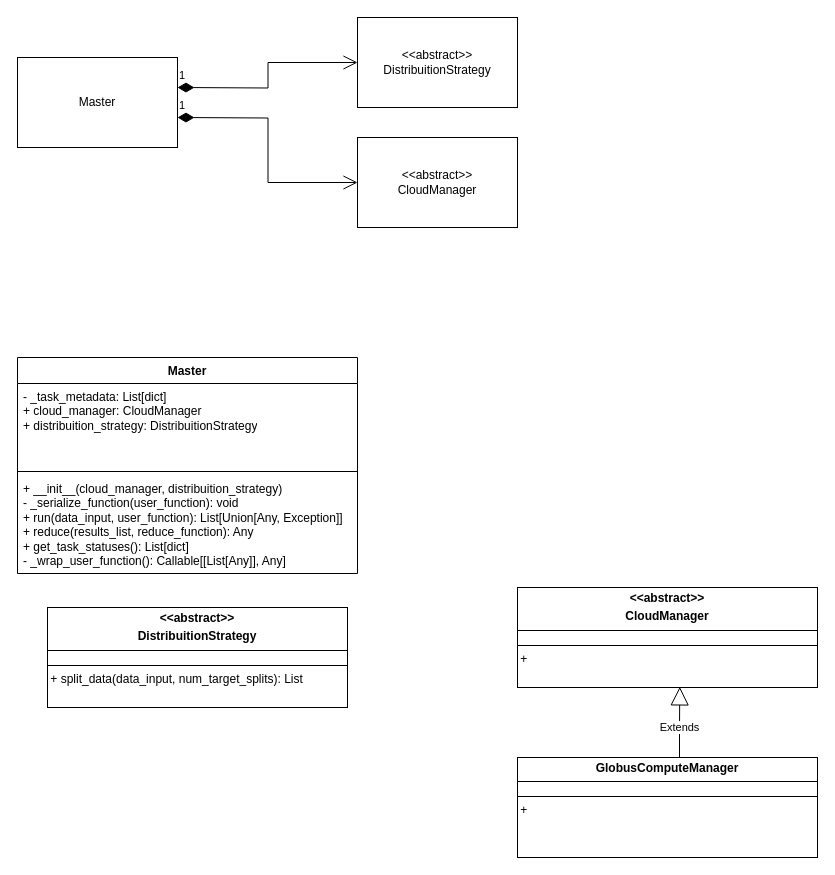
Above: docs/mwfaas.drawio in viniolvs/mwfaas (draw.io), before the change. Source tidied: cells renumbered, new cells numbered last; positions are measured from the earlier drawing's top-left corner, leaving out a move shared by most shapes. Both pictures are drawn from the tidied source at 100%, with x=0, y=0 at pixel (17, 17).
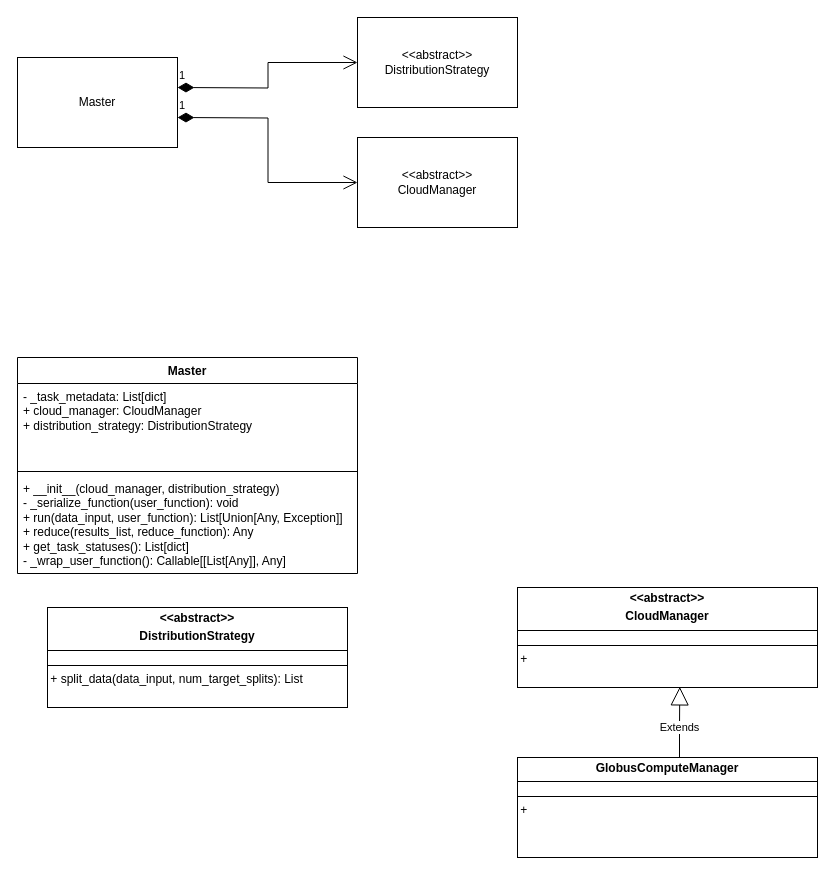
The same diagram, later.

The edit, as a diff of the source:
```diff
@@
 <mxGraphModel>
   <root>
     <mxCell id="0" />
     <mxCell id="1" parent="0" />
     <mxCell id="2" value="Master" style="html=1;whiteSpace=wrap;" parent="1" vertex="1">
       <mxGeometry y="40" width="160" height="90" as="geometry" />
     </mxCell>
-    <mxCell id="3" value="&amp;lt;&amp;lt;abstract&amp;gt;&amp;gt;&lt;br&gt;DistribuitionStrategy" style="html=1;whiteSpace=wrap;" parent="1" vertex="1">
+    <mxCell id="3" value="&amp;lt;&amp;lt;abstract&amp;gt;&amp;gt;&lt;br&gt;DistributionStrategy" style="html=1;whiteSpace=wrap;" parent="1" vertex="1">
       <mxGeometry x="340" width="160" height="90" as="geometry" />
     </mxCell>
     <mxCell id="4" value="&amp;lt;&amp;lt;abstract&amp;gt;&amp;gt;&lt;br&gt;CloudManager" style="html=1;whiteSpace=wrap;" parent="1" vertex="1">
       <mxGeometry x="340" y="120" width="160" height="90" as="geometry" />
     </mxCell>
     <mxCell id="5" value="1" style="endArrow=open;html=1;endSize=12;startArrow=diamondThin;startSize=14;startFill=1;edgeStyle=orthogonalEdgeStyle;align=left;verticalAlign=bottom;rounded=0;entryX=0;entryY=0.5;entryDx=0;entryDy=0;" parent="1" edge="1" target="4">
       <mxGeometry x="-1" y="3" relative="1" as="geometry">
         <mxPoint x="160" y="100" as="sourcePoint" />
       </mxGeometry>
     </mxCell>
     <mxCell id="6" value="1" style="endArrow=open;html=1;endSize=12;startArrow=diamondThin;startSize=14;startFill=1;edgeStyle=orthogonalEdgeStyle;align=left;verticalAlign=bottom;rounded=0;entryX=0;entryY=0.5;entryDx=0;entryDy=0;" parent="1" edge="1" target="3">
       <mxGeometry x="-1" y="3" relative="1" as="geometry">
         <mxPoint x="160" y="70" as="sourcePoint" />
       </mxGeometry>
     </mxCell>
     <mxCell id="7" value="Master" style="swimlane;fontStyle=1;align=center;verticalAlign=top;horizontal=1;startSize=26;whiteSpace=wrap;html=1;" parent="1" vertex="1">
       <mxGeometry y="340" width="340" height="216" as="geometry" />
     </mxCell>
-    <mxCell id="8" value="&lt;div&gt;- _task_metadata: List[dict]&lt;/div&gt;&lt;div&gt;+ cloud_manager: CloudManager&lt;/div&gt;&lt;div&gt;+ distribuition_strategy: DistribuitionStrategy&lt;/div&gt;" style="text;strokeColor=none;fillColor=none;align=left;verticalAlign=top;spacingLeft=4;spacingRight=4;overflow=hidden;whiteSpace=wrap;html=1;" parent="7" vertex="1">
+    <mxCell id="8" value="&lt;div&gt;- _task_metadata: List[dict]&lt;/div&gt;&lt;div&gt;+ cloud_manager: CloudManager&lt;/div&gt;&lt;div&gt;+ distribution_strategy: DistributionStrategy&lt;/div&gt;" style="text;strokeColor=none;fillColor=none;align=left;verticalAlign=top;spacingLeft=4;spacingRight=4;overflow=hidden;whiteSpace=wrap;html=1;" parent="7" vertex="1">
       <mxGeometry y="26" width="340" height="84" as="geometry" />
     </mxCell>
     <mxCell id="9" style="line;strokeWidth=1;fillColor=none;align=left;verticalAlign=middle;spacingTop=-1;spacingLeft=3;spacingRight=3;labelPosition=right;strokeColor=inherit;" parent="7" vertex="1">
       <mxGeometry y="110" width="340" height="8" as="geometry" />
     </mxCell>
-    <mxCell id="10" value="+ __init__(cloud_manager, distribuition_strategy)&lt;div&gt;- _serialize_function(user_function): void&lt;/div&gt;&lt;div&gt;+ run(data_input, user_function): List[Union[Any, Exception]]&lt;/div&gt;&lt;div&gt;+ reduce(results_list, reduce_function): Any&lt;/div&gt;&lt;div&gt;+ get_task_statuses(): List[dict]&lt;/div&gt;&lt;div&gt;- _wrap_user_function(): Callable[[List[Any]], Any]&lt;/div&gt;" style="text;strokeColor=none;fillColor=none;align=left;verticalAlign=top;spacingLeft=4;spacingRight=4;overflow=hidden;whiteSpace=wrap;html=1;" parent="7" vertex="1">
+    <mxCell id="10" value="+ __init__(cloud_manager, distribution_strategy)&lt;div&gt;- _serialize_function(user_function): void&lt;/div&gt;&lt;div&gt;+ run(data_input, user_function): List[Union[Any, Exception]]&lt;/div&gt;&lt;div&gt;+ reduce(results_list, reduce_function): Any&lt;/div&gt;&lt;div&gt;+ get_task_statuses(): List[dict]&lt;/div&gt;&lt;div&gt;- _wrap_user_function(): Callable[[List[Any]], Any]&lt;/div&gt;" style="text;strokeColor=none;fillColor=none;align=left;verticalAlign=top;spacingLeft=4;spacingRight=4;overflow=hidden;whiteSpace=wrap;html=1;" parent="7" vertex="1">
       <mxGeometry y="118" width="340" height="98" as="geometry" />
     </mxCell>
-    <mxCell id="11" value="&lt;p style=&quot;margin:0px;margin-top:4px;text-align:center;&quot;&gt;&lt;b&gt;&amp;lt;&amp;lt;abstract&amp;gt;&amp;gt;&lt;/b&gt;&lt;/p&gt;&lt;p style=&quot;margin:0px;margin-top:4px;text-align:center;&quot;&gt;&lt;b&gt;DistribuitionStrategy&lt;/b&gt;&lt;/p&gt;&lt;hr size=&quot;1&quot; style=&quot;border-style:solid;&quot;&gt;&lt;div style=&quot;height:2px;&quot;&gt;&lt;/div&gt;&lt;hr size=&quot;1&quot; style=&quot;border-style:solid;&quot;&gt;&lt;div style=&quot;height:2px;&quot;&gt;&amp;nbsp;+ split_data(data_input, num_target_splits): List&lt;span style=&quot;white-space: pre;&quot;&gt;&#9;&lt;/span&gt;&amp;nbsp;&lt;/div&gt;" style="verticalAlign=top;align=left;overflow=fill;html=1;whiteSpace=wrap;" parent="1" vertex="1">
+    <mxCell id="11" value="&lt;p style=&quot;margin:0px;margin-top:4px;text-align:center;&quot;&gt;&lt;b&gt;&amp;lt;&amp;lt;abstract&amp;gt;&amp;gt;&lt;/b&gt;&lt;/p&gt;&lt;p style=&quot;margin:0px;margin-top:4px;text-align:center;&quot;&gt;&lt;b&gt;DistributionStrategy&lt;/b&gt;&lt;/p&gt;&lt;hr size=&quot;1&quot; style=&quot;border-style:solid;&quot;&gt;&lt;div style=&quot;height:2px;&quot;&gt;&lt;/div&gt;&lt;hr size=&quot;1&quot; style=&quot;border-style:solid;&quot;&gt;&lt;div style=&quot;height:2px;&quot;&gt;&amp;nbsp;+ split_data(data_input, num_target_splits): List&lt;span style=&quot;white-space: pre;&quot;&gt;&#9;&lt;/span&gt;&amp;nbsp;&lt;/div&gt;" style="verticalAlign=top;align=left;overflow=fill;html=1;whiteSpace=wrap;" parent="1" vertex="1">
       <mxGeometry x="30" y="590" width="300" height="100" as="geometry" />
     </mxCell>
     <mxCell id="12" value="&lt;p style=&quot;margin:0px;margin-top:4px;text-align:center;&quot;&gt;&lt;b&gt;&amp;lt;&amp;lt;abstract&amp;gt;&amp;gt;&lt;/b&gt;&lt;/p&gt;&lt;p style=&quot;margin:0px;margin-top:4px;text-align:center;&quot;&gt;&lt;b&gt;CloudManager&lt;/b&gt;&lt;/p&gt;&lt;hr size=&quot;1&quot; style=&quot;border-style:solid;&quot;&gt;&lt;div style=&quot;height:2px;&quot;&gt;&lt;/div&gt;&lt;hr size=&quot;1&quot; style=&quot;border-style:solid;&quot;&gt;&lt;div style=&quot;height:2px;&quot;&gt;&amp;nbsp;+&lt;span style=&quot;white-space: pre;&quot;&gt;&#9;&lt;/span&gt;&amp;nbsp;&lt;/div&gt;" style="verticalAlign=top;align=left;overflow=fill;html=1;whiteSpace=wrap;" parent="1" vertex="1">
       <mxGeometry x="500" y="570" width="300" height="100" as="geometry" />
     </mxCell>
     <mxCell id="13" value="&lt;p style=&quot;margin:0px;margin-top:4px;text-align:center;&quot;&gt;&lt;b style=&quot;background-color: transparent; color: light-dark(rgb(0, 0, 0), rgb(255, 255, 255));&quot;&gt;GlobusComputeManager&lt;/b&gt;&lt;/p&gt;&lt;hr size=&quot;1&quot; style=&quot;border-style:solid;&quot;&gt;&lt;div style=&quot;height:2px;&quot;&gt;&lt;/div&gt;&lt;hr size=&quot;1&quot; style=&quot;border-style:solid;&quot;&gt;&lt;div style=&quot;height:2px;&quot;&gt;&amp;nbsp;+ &lt;span style=&quot;white-space: pre;&quot;&gt;&#9;&lt;/span&gt;&amp;nbsp;&lt;/div&gt;" style="verticalAlign=top;align=left;overflow=fill;html=1;whiteSpace=wrap;" parent="1" vertex="1">
       <mxGeometry x="500" y="740" width="300" height="100" as="geometry" />
     </mxCell>
     <mxCell id="14" value="Extends" style="endArrow=block;endSize=16;endFill=0;html=1;rounded=0;entryX=0.541;entryY=0.994;entryDx=0;entryDy=0;entryPerimeter=0;exitX=0.54;exitY=-0.001;exitDx=0;exitDy=0;exitPerimeter=0;" parent="1" edge="1" source="13" target="12">
       <mxGeometry x="-0.14" relative="1" as="geometry">
         <Array as="points">
           <mxPoint x="662" y="710" />
         </Array>
       </mxGeometry>
     </mxCell>
   </root>
 </mxGraphModel>
```
